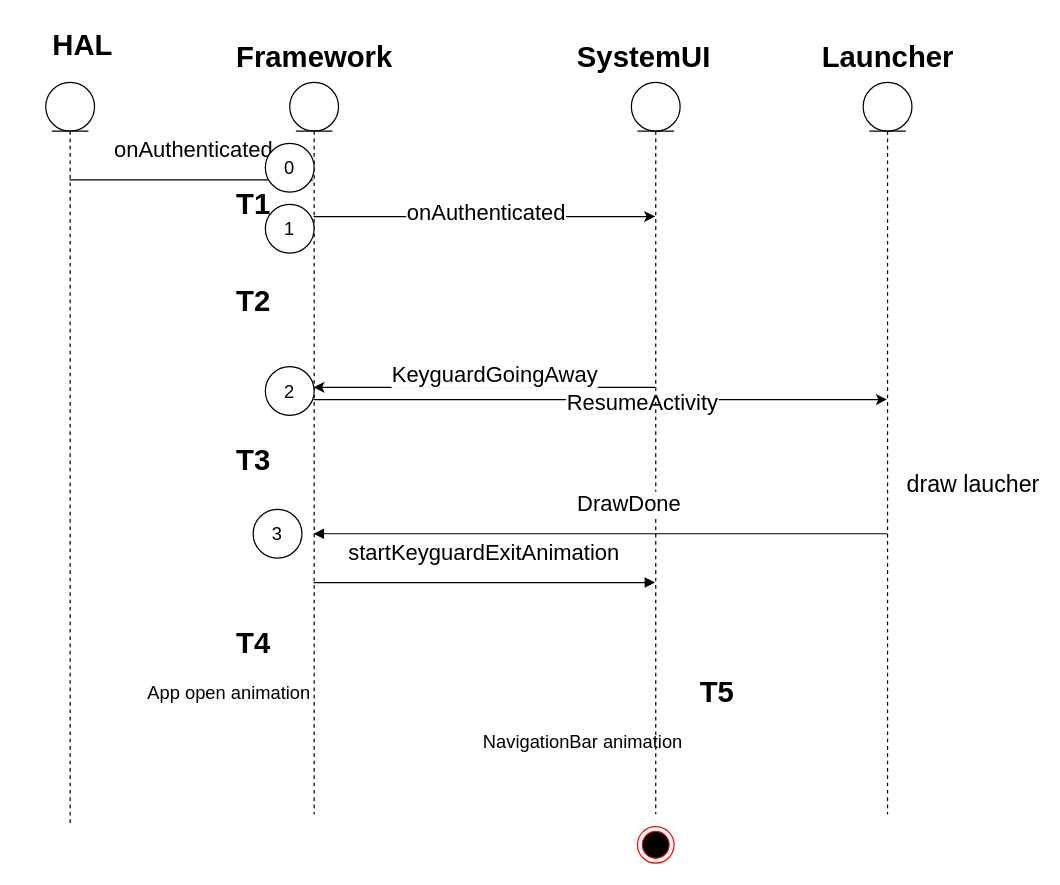
Above: Untitled Diagram.drawio in shcalm/wx_pplab (draw.io), before the change. Source tidied: cells renumbered, new cells numbered last; positions are measured from the earlier drawing's top-left corner, leaving out a move shared by most shapes. Both pictures are drawn from the tidied source at 122%, with x=0, y=0 at pixel (21, 21).
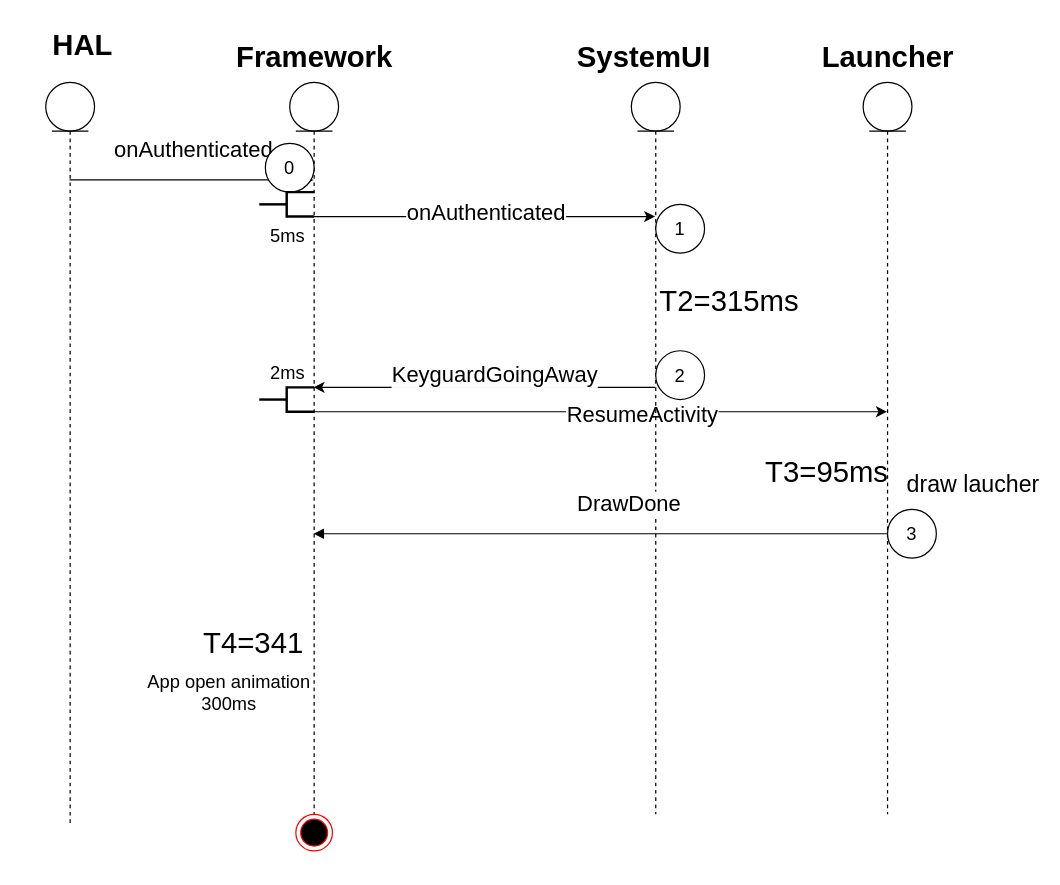
After the change.

The change refers to these unchanged cells:
```xml
<mxCell id="7" style="shape=umlLifeline;participant=umlEntity;perimeter=lifelinePerimeter;whiteSpace=wrap;html=1;verticalAlign=top;spacingTop=36;outlineConnect=0;" parent="1" vertex="1">
  <mxGeometry x="220" y="50" width="40" height="600" as="geometry" />
</mxCell>
<mxCell id="11" style="shape=umlLifeline;participant=umlEntity;perimeter=lifelinePerimeter;whiteSpace=wrap;html=1;verticalAlign=top;spacingTop=36;outlineConnect=0;" parent="1" vertex="1">
  <mxGeometry x="500" y="50" width="40" height="600" as="geometry" />
</mxCell>
<mxCell id="12" style="shape=umlLifeline;participant=umlEntity;perimeter=lifelinePerimeter;whiteSpace=wrap;html=1;verticalAlign=top;spacingTop=36;outlineConnect=0;" parent="1" vertex="1">
  <mxGeometry x="690" y="50" width="40" height="600" as="geometry" />
</mxCell>
```

Diff of the diagram source:
```diff
@@
     <mxCell id="5" style="edgeStyle=orthogonalEdgeStyle;rounded=0;jettySize=auto;html=1;fontSize=18;" parent="1" edge="1" source="7" target="12">
       <mxGeometry relative="1" as="geometry">
         <Array as="points">
-          <mxPoint x="610" y="310" />
-          <mxPoint x="610" y="310" />
+          <mxPoint x="380" y="320" />
+          <mxPoint x="380" y="320" />
         </Array>
       </mxGeometry>
     </mxCell>
@@
-    <mxCell id="14" value="startKeyguardExitAnimation" style="html=1;verticalAlign=bottom;endArrow=block;fontSize=18;" parent="1" edge="1" source="7" target="11">
-      <mxGeometry y="10" relative="1" as="geometry">
-        <Array as="points">
-          <mxPoint x="270" y="460" />
-        </Array>
-        <mxPoint x="-1" as="offset" />
-      </mxGeometry>
-    </mxCell>
     <mxCell id="15" style="ellipse;html=1;shape=endState;fillColor=#000000;strokeColor=#ff0000;fontSize=18;" parent="1" vertex="1">
-      <mxGeometry x="505" y="660" width="30" height="30" as="geometry" />
+      <mxGeometry x="225" y="650" width="30" height="30" as="geometry" />
     </mxCell>
@@
-    <mxCell id="21" value="App open animation&lt;br style=&quot;font-size: 15px;&quot;&gt;" style="text;strokeColor=none;fillColor=none;html=1;fontSize=15;fontStyle=0;verticalAlign=middle;align=center;" parent="1" vertex="1">
+    <mxCell id="21" value="App open animation&lt;br&gt;300ms" style="text;strokeColor=none;fillColor=none;html=1;fontSize=15;fontStyle=0;verticalAlign=middle;align=center;" parent="1" vertex="1">
       <mxGeometry x="120" y="530" width="100" height="40" as="geometry" />
     </mxCell>
     <mxCell id="22" value="1" style="ellipse;whiteSpace=wrap;html=1;fontSize=15;" parent="1" vertex="1">
-      <mxGeometry x="200" y="150" width="40" height="40" as="geometry" />
+      <mxGeometry x="520" y="150" width="40" height="40" as="geometry" />
     </mxCell>
     <mxCell id="23" value="2" style="ellipse;whiteSpace=wrap;html=1;fontSize=15;" parent="1" vertex="1">
-      <mxGeometry x="200" y="283" width="40" height="40" as="geometry" />
+      <mxGeometry x="520" y="270" width="40" height="40" as="geometry" />
     </mxCell>
     <mxCell id="24" value="3" style="ellipse;whiteSpace=wrap;html=1;fontSize=15;" parent="1" vertex="1">
-      <mxGeometry x="190" y="400" width="40" height="40" as="geometry" />
+      <mxGeometry x="710" y="400" width="40" height="40" as="geometry" />
     </mxCell>
@@
-    <mxCell id="26" value="T1" style="text;strokeColor=none;fillColor=none;html=1;fontSize=24;fontStyle=1;verticalAlign=middle;align=center;" parent="1" vertex="1">
-      <mxGeometry x="140" y="130" width="100" height="40" as="geometry" />
-    </mxCell>
-    <mxCell id="27" value="T2" style="text;strokeColor=none;fillColor=none;html=1;fontSize=24;fontStyle=1;verticalAlign=middle;align=center;" parent="1" vertex="1">
-      <mxGeometry x="140" y="210" width="100" height="40" as="geometry" />
+    <mxCell id="27" value="&lt;span style=&quot;font-weight: normal&quot;&gt;T2=315ms&lt;/span&gt;" style="text;strokeColor=none;fillColor=none;html=1;fontSize=24;fontStyle=1;verticalAlign=middle;align=center;" parent="1" vertex="1">
+      <mxGeometry x="530" y="210" width="100" height="40" as="geometry" />
     </mxCell>
-    <mxCell id="28" value="T3" style="text;strokeColor=none;fillColor=none;html=1;fontSize=24;fontStyle=1;verticalAlign=middle;align=center;" parent="1" vertex="1">
-      <mxGeometry x="140" y="340" width="100" height="40" as="geometry" />
+    <mxCell id="28" value="T3=95ms" style="text;strokeColor=none;fillColor=none;html=1;fontSize=24;fontStyle=0;verticalAlign=middle;align=center;" parent="1" vertex="1">
+      <mxGeometry x="610" y="350" width="100" height="40" as="geometry" />
     </mxCell>
-    <mxCell id="29" value="T4" style="text;strokeColor=none;fillColor=none;html=1;fontSize=24;fontStyle=1;verticalAlign=middle;align=center;" parent="1" vertex="1">
+    <mxCell id="29" value="T4=341" style="text;strokeColor=none;fillColor=none;html=1;fontSize=24;fontStyle=0;verticalAlign=middle;align=center;" parent="1" vertex="1">
       <mxGeometry x="140" y="490" width="100" height="40" as="geometry" />
     </mxCell>
-    <mxCell id="30" value="T5" style="text;strokeColor=none;fillColor=none;html=1;fontSize=24;fontStyle=1;verticalAlign=middle;align=center;" parent="1" vertex="1">
-      <mxGeometry x="520" y="530" width="100" height="40" as="geometry" />
-    </mxCell>
-    <mxCell id="31" value="NavigationBar animation" style="text;strokeColor=none;fillColor=none;html=1;fontSize=15;fontStyle=0;verticalAlign=middle;align=center;" parent="1" vertex="1">
-      <mxGeometry x="410" y="570" width="100" height="40" as="geometry" />
-    </mxCell>
+    <mxCell id="32" value="2ms" style="strokeWidth=2;html=1;shape=mxgraph.flowchart.annotation_2;align=center;labelPosition=center;verticalLabelPosition=top;verticalAlign=bottom;fontSize=15;" parent="1" vertex="1">
+      <mxGeometry x="195" y="300" width="45" height="20" as="geometry" />
+    </mxCell>
+    <mxCell id="33" value="5ms" style="strokeWidth=2;html=1;shape=mxgraph.flowchart.annotation_2;align=center;labelPosition=center;verticalLabelPosition=bottom;verticalAlign=top;fontSize=15;rotation=0;" parent="1" vertex="1">
+      <mxGeometry x="195" y="140" width="45" height="20" as="geometry" />
+    </mxCell>
```
